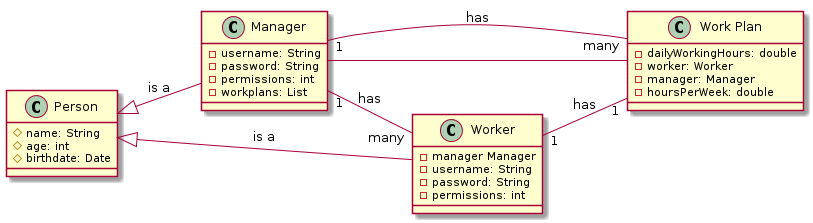
Earlier version of the PlantUML export docs/images/klassendia.png (1920-3ahif-syp/03-main-projects-with-admin-workmanager2).
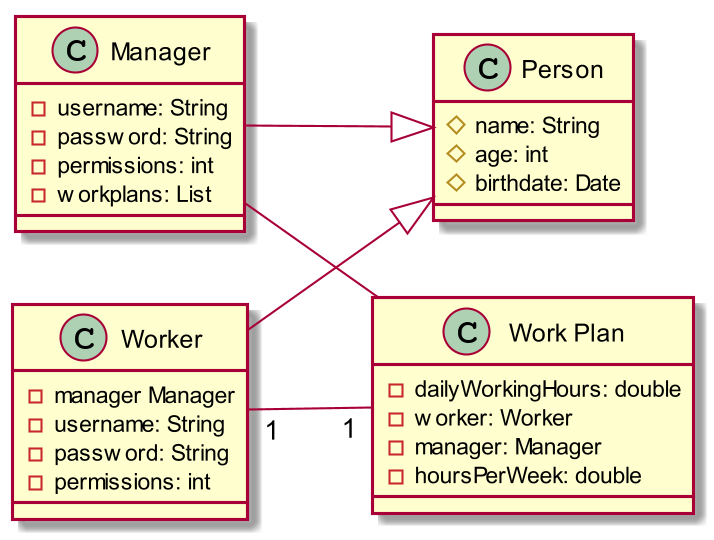
The same diagram one commit later.

Change to the diagram source:
```diff
@@ -1,4 +1,6 @@
 @startuml
+skinparam dpi 200
+
 left to right direction
 class Manager {
   -username: String
@@ -24,11 +26,10 @@
   -hoursPerWeek: double
 }
 
-Person <|-- Worker : is a
-Person <|-- Manager : is a
-Manager "1" -- "many" "Work Plan" : has
-Manager "1" -- "many" "Worker" : has
-Worker "1" -- "1" "Work Plan" : has
+
+Worker --|> Person
+Manager --|> Person
+Worker "1" -- "1" "Work Plan"
 Manager -- "Work Plan"
 
 @enduml
```
